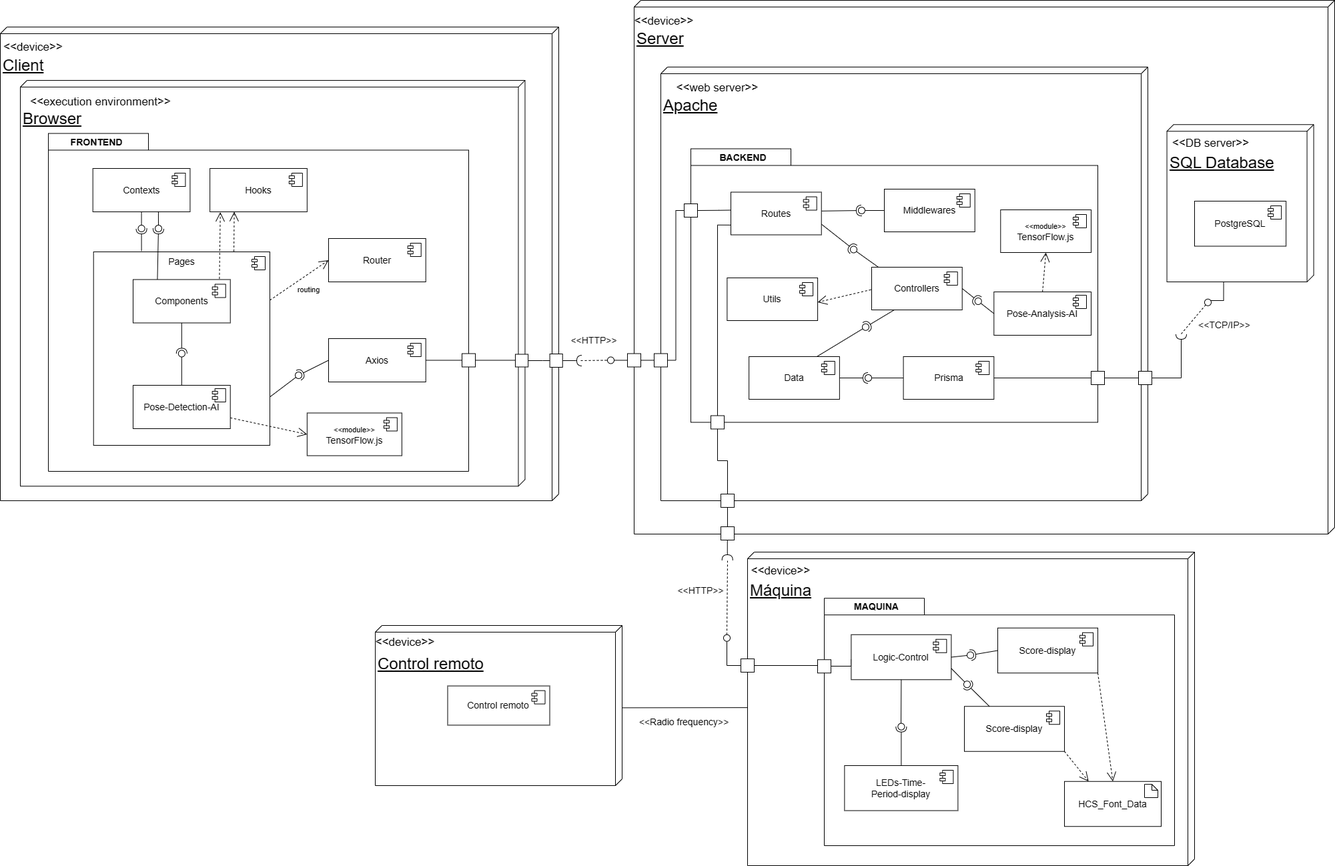
The draw.io diagram Design/UML/componentes_capstone_HCS.png in Diego-Hiriart/Capstone_Hiriart-Corales-Samaniego, before a commit. Source tidied: cells renumbered, new cells last; positions are measured from the earlier drawing's top-left corner, leaving out a move shared by most shapes.
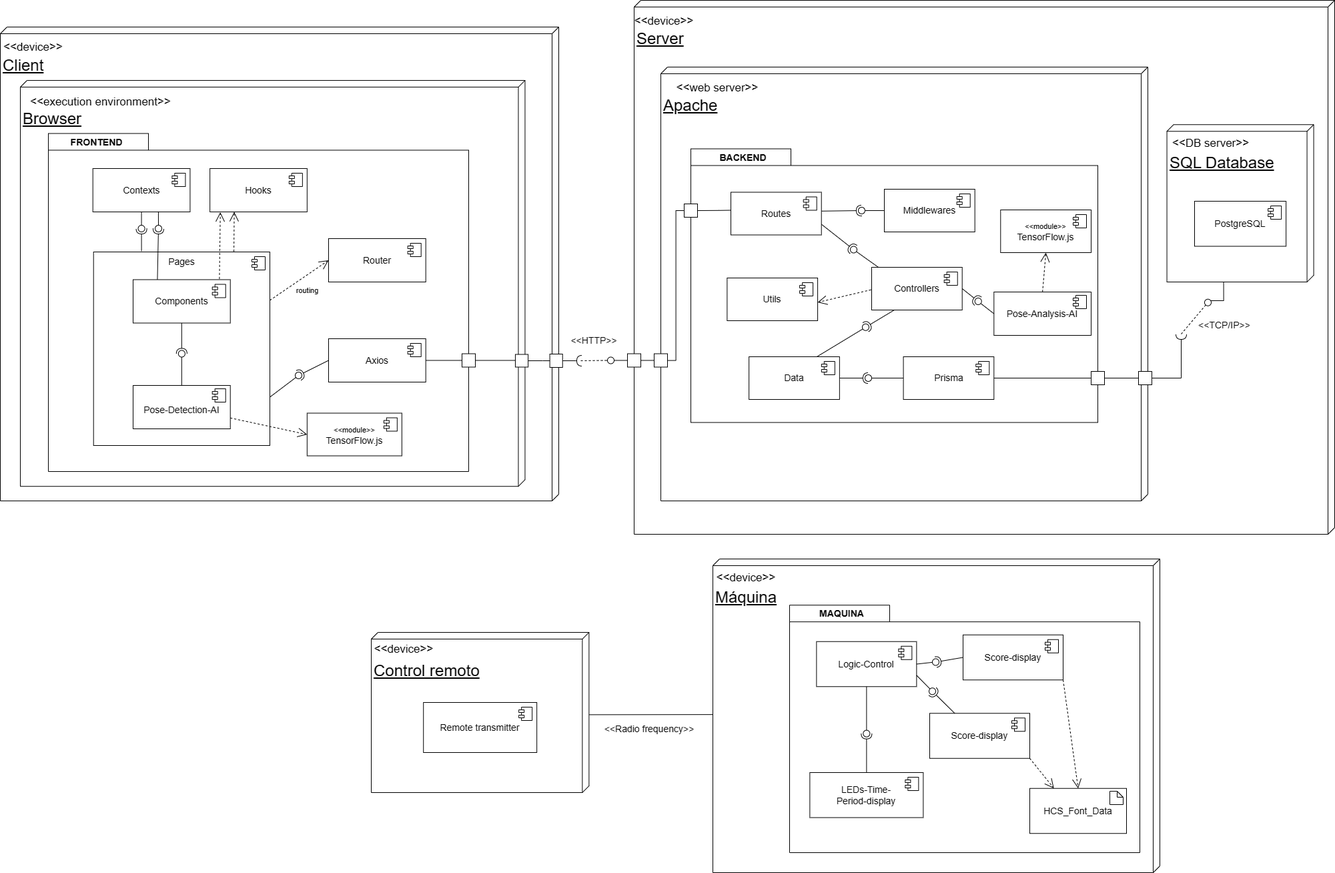
The same diagram one commit later.

Change to the diagram source:
```diff
@@ -29,10 +29,10 @@
       </mxGeometry>
     </mxCell>
     <mxCell id="9" value="&lt;br&gt;Máquina" style="verticalAlign=top;align=left;spacingTop=8;spacingLeft=2;spacingRight=12;shape=cube;size=10;direction=south;fontStyle=4;html=1;whiteSpace=wrap;fontSize=24;" parent="1" vertex="1">
-      <mxGeometry x="1120" y="827" width="670" height="470" as="geometry" />
+      <mxGeometry x="1068" y="837" width="670" height="470" as="geometry" />
     </mxCell>
     <mxCell id="10" style="shape=folder;fontStyle=1;spacingTop=10;tabWidth=150;tabHeight=25;tabPosition=left;html=1;whiteSpace=wrap;fontSize=14;" parent="1" vertex="1">
-      <mxGeometry x="1235" y="896.2" width="525" height="370.8" as="geometry" />
+      <mxGeometry x="1183" y="906.2" width="525" height="370.8" as="geometry" />
     </mxCell>
     <mxCell id="11" value="&lt;font style=&quot;font-size: 24px;&quot;&gt;&lt;br&gt;Server&lt;/font&gt;" style="verticalAlign=top;align=left;spacingTop=8;spacingLeft=2;spacingRight=12;shape=cube;size=10;direction=south;fontStyle=4;html=1;whiteSpace=wrap;fontSize=24;" parent="1" vertex="1">
       <mxGeometry x="950" width="1050" height="800" as="geometry" />
@@ -84,23 +84,20 @@
     <mxCell id="22" value="&amp;lt;&amp;lt;HTTP&amp;gt;&amp;gt;" style="text;html=1;strokeColor=none;fillColor=none;align=center;verticalAlign=middle;whiteSpace=wrap;rounded=0;fontSize=14;rotation=0;" parent="1" vertex="1">
       <mxGeometry x="860" y="494.5" width="60" height="30" as="geometry" />
     </mxCell>
-    <mxCell id="23" value="&amp;lt;&amp;lt;HTTP&amp;gt;&amp;gt;" style="text;html=1;strokeColor=none;fillColor=none;align=center;verticalAlign=middle;whiteSpace=wrap;rounded=0;fontSize=14;rotation=0;" parent="1" vertex="1">
-      <mxGeometry x="1020" y="869.6" width="60" height="30" as="geometry" />
-    </mxCell>
     <mxCell id="24" value="&amp;lt;&amp;lt;Radio frequency&amp;gt;&amp;gt;" style="text;html=1;strokeColor=none;fillColor=none;align=center;verticalAlign=middle;whiteSpace=wrap;rounded=0;fontSize=14;rotation=0;" parent="1" vertex="1">
-      <mxGeometry x="935" y="1067" width="180" height="30" as="geometry" />
+      <mxGeometry x="883" y="1077" width="180" height="30" as="geometry" />
     </mxCell>
     <mxCell id="25" style="group;" parent="1" vertex="1">
-      <mxGeometry x="562" y="937" width="390" height="240" as="geometry" />
+      <mxGeometry x="556" y="947" width="344" height="240" as="geometry" />
     </mxCell>
     <mxCell id="26" value="&lt;br&gt;Control remoto" style="verticalAlign=top;align=left;spacingTop=8;spacingLeft=2;spacingRight=12;shape=cube;size=10;direction=south;fontStyle=4;html=1;whiteSpace=wrap;fontSize=24;" parent="25" vertex="1">
-      <mxGeometry width="370" height="240" as="geometry" />
+      <mxGeometry width="326.4" height="240" as="geometry" />
     </mxCell>
     <mxCell id="27" value="&amp;lt;&amp;lt;device&amp;gt;&amp;gt;" style="text;html=1;strokeColor=none;fillColor=none;align=center;verticalAlign=middle;whiteSpace=wrap;rounded=0;fontSize=17;" parent="25" vertex="1">
-      <mxGeometry x="18" y="13.1" width="54" height="26.1" as="geometry" />
+      <mxGeometry x="25" y="13.1" width="47.6" height="26.1" as="geometry" />
     </mxCell>
-    <mxCell id="28" value="&lt;div&gt;Control remoto&lt;/div&gt;" style="html=1;whiteSpace=wrap;fontSize=14;" parent="25" vertex="1">
-      <mxGeometry x="108.5" y="90.6" width="153" height="58.8" as="geometry" />
+    <mxCell id="28" value="&lt;div&gt;Remote transmitter&lt;/div&gt;" style="html=1;whiteSpace=wrap;fontSize=14;" parent="25" vertex="1">
+      <mxGeometry x="78.2" y="105" width="169.9" height="75" as="geometry" />
     </mxCell>
     <mxCell id="29" style="shape=module;jettyWidth=8;jettyHeight=4;fontSize=14;" parent="28" vertex="1">
       <mxGeometry x="1" width="20" height="20" relative="1" as="geometry">
@@ -200,20 +197,11 @@
     <mxCell id="56" style="html=1;points=[];perimeter=orthogonalPerimeter;outlineConnect=0;targetShapes=umlLifeline;portConstraint=eastwest;newEdgeStyle={&quot;edgeStyle&quot;:&quot;elbowEdgeStyle&quot;,&quot;elbow&quot;:&quot;vertical&quot;,&quot;curved&quot;:0,&quot;rounded&quot;:0};" parent="1" vertex="1">
       <mxGeometry x="1706" y="556" width="20" height="20" as="geometry" />
     </mxCell>
-    <mxCell id="57" style="html=1;points=[];perimeter=orthogonalPerimeter;outlineConnect=0;targetShapes=umlLifeline;portConstraint=eastwest;newEdgeStyle={&quot;edgeStyle&quot;:&quot;elbowEdgeStyle&quot;,&quot;elbow&quot;:&quot;vertical&quot;,&quot;curved&quot;:0,&quot;rounded&quot;:0};" parent="1" vertex="1">
-      <mxGeometry x="1080" y="740" width="20" height="20" as="geometry" />
-    </mxCell>
-    <mxCell id="58" style="html=1;points=[];perimeter=orthogonalPerimeter;outlineConnect=0;targetShapes=umlLifeline;portConstraint=eastwest;newEdgeStyle={&quot;edgeStyle&quot;:&quot;elbowEdgeStyle&quot;,&quot;elbow&quot;:&quot;vertical&quot;,&quot;curved&quot;:0,&quot;rounded&quot;:0};" parent="1" vertex="1">
-      <mxGeometry x="1080" y="789" width="20" height="20" as="geometry" />
-    </mxCell>
-    <mxCell id="59" style="html=1;points=[];perimeter=orthogonalPerimeter;outlineConnect=0;targetShapes=umlLifeline;portConstraint=eastwest;newEdgeStyle={&quot;edgeStyle&quot;:&quot;elbowEdgeStyle&quot;,&quot;elbow&quot;:&quot;vertical&quot;,&quot;curved&quot;:0,&quot;rounded&quot;:0};" parent="1" vertex="1">
-      <mxGeometry x="1110" y="987" width="20" height="20" as="geometry" />
-    </mxCell>
     <mxCell id="60" value="MAQUINA" style="text;align=center;fontStyle=1;verticalAlign=middle;spacingLeft=3;spacingRight=3;strokeColor=none;html=1;fontSize=14;" parent="1" vertex="1">
-      <mxGeometry x="1262.9" y="896.2" width="101" height="26.2" as="geometry" />
+      <mxGeometry x="1210.9" y="906.2" width="101" height="26.2" as="geometry" />
     </mxCell>
     <mxCell id="61" value="&lt;div&gt;LEDs-Time-&lt;/div&gt;&lt;div&gt;Period-display&lt;/div&gt;" style="html=1;whiteSpace=wrap;fontSize=14;" parent="1" vertex="1">
-      <mxGeometry x="1265.4" y="1147" width="170" height="67.5" as="geometry" />
+      <mxGeometry x="1213.4" y="1157" width="170" height="67.5" as="geometry" />
     </mxCell>
     <mxCell id="62" style="shape=module;jettyWidth=8;jettyHeight=4;fontSize=14;" parent="61" vertex="1">
       <mxGeometry x="1" width="20" height="20" relative="1" as="geometry">
@@ -221,18 +209,10 @@
       </mxGeometry>
     </mxCell>
     <mxCell id="63" value="HCS_Font_Data" style="html=1;whiteSpace=wrap;fontSize=14;" parent="1" vertex="1">
-      <mxGeometry x="1595" y="1170.8" width="145" height="67.5" as="geometry" />
+      <mxGeometry x="1543" y="1180.8" width="145" height="67.5" as="geometry" />
     </mxCell>
-    <mxCell id="64" style="edgeStyle=orthogonalEdgeStyle;rounded=0;jettySize=auto;html=1;endArrow=none;endFill=0;" parent="1" edge="1" target="84">
-      <mxGeometry relative="1" as="geometry">
-        <mxPoint x="1275.4" y="987.5" as="sourcePoint" />
-        <Array as="points">
-          <mxPoint x="1275" y="998" />
-        </Array>
-      </mxGeometry>
-    </mxCell>
     <mxCell id="65" value="Logic-Control" style="html=1;whiteSpace=wrap;fontSize=14;" parent="1" vertex="1">
-      <mxGeometry x="1275.4" y="950.8" width="150" height="67.5" as="geometry" />
+      <mxGeometry x="1223.4" y="960.8" width="150" height="67.5" as="geometry" />
     </mxCell>
     <mxCell id="66" style="shape=module;jettyWidth=8;jettyHeight=4;fontSize=14;" parent="65" vertex="1">
       <mxGeometry x="1" width="20" height="20" relative="1" as="geometry">
@@ -240,7 +220,7 @@
       </mxGeometry>
     </mxCell>
     <mxCell id="67" value="Score-display" style="html=1;whiteSpace=wrap;fontSize=14;" parent="1" vertex="1">
-      <mxGeometry x="1445" y="1058.2" width="150" height="67.5" as="geometry" />
+      <mxGeometry x="1393" y="1068.2" width="150" height="67.5" as="geometry" />
     </mxCell>
     <mxCell id="68" style="shape=module;jettyWidth=8;jettyHeight=4;fontSize=14;" parent="67" vertex="1">
       <mxGeometry x="1" width="20" height="20" relative="1" as="geometry">
@@ -248,7 +228,7 @@
       </mxGeometry>
     </mxCell>
     <mxCell id="69" value="Score-display" style="html=1;whiteSpace=wrap;fontSize=14;" parent="1" vertex="1">
-      <mxGeometry x="1495" y="940.8" width="150" height="67.5" as="geometry" />
+      <mxGeometry x="1443" y="950.8" width="150" height="67.5" as="geometry" />
     </mxCell>
     <mxCell id="70" style="shape=module;jettyWidth=8;jettyHeight=4;fontSize=14;" parent="69" vertex="1">
       <mxGeometry x="1" width="20" height="20" relative="1" as="geometry">
@@ -262,10 +242,10 @@
       <mxGeometry relative="1" as="geometry" />
     </mxCell>
     <mxCell id="73" style="ellipse;whiteSpace=wrap;html=1;align=center;points=[];outlineConnect=0;sketch=0;" parent="1" vertex="1">
-      <mxGeometry x="1449" y="976.5" width="10" height="10" as="geometry" />
+      <mxGeometry x="1397" y="986.5" width="10" height="10" as="geometry" />
     </mxCell>
     <mxCell id="74" style="ellipse;whiteSpace=wrap;html=1;align=center;points=[];outlineConnect=0;sketch=0;" parent="1" vertex="1">
-      <mxGeometry x="1444" y="1020.2" width="10" height="10" as="geometry" />
+      <mxGeometry x="1392" y="1030.2" width="10" height="10" as="geometry" />
     </mxCell>
     <mxCell id="75" style="rounded=0;jettySize=auto;html=1;endArrow=none;endFill=0;sketch=0;sourcePerimeterSpacing=0;targetPerimeterSpacing=0;exitX=1;exitY=0.75;exitDx=0;exitDy=0;" parent="1" edge="1" source="65" target="74">
       <mxGeometry relative="1" as="geometry" />
@@ -274,7 +254,7 @@
       <mxGeometry relative="1" as="geometry" />
     </mxCell>
     <mxCell id="77" style="ellipse;whiteSpace=wrap;html=1;align=center;points=[];outlineConnect=0;sketch=0;" parent="1" vertex="1">
-      <mxGeometry x="1345.4" y="1083.6" width="10" height="10" as="geometry" />
+      <mxGeometry x="1293.4" y="1093.6" width="10" height="10" as="geometry" />
     </mxCell>
     <mxCell id="78" style="rounded=0;jettySize=auto;html=1;endArrow=none;endFill=0;sketch=0;sourcePerimeterSpacing=0;targetPerimeterSpacing=0;exitX=0.5;exitY=1;exitDx=0;exitDy=0;" parent="1" edge="1" source="65" target="77">
       <mxGeometry relative="1" as="geometry" />
@@ -286,48 +266,14 @@
       <mxGeometry relative="1" as="geometry" />
     </mxCell>
     <mxCell id="81" style="shape=note;whiteSpace=wrap;html=1;backgroundOutline=1;darkOpacity=0.05;size=9;" parent="1" vertex="1">
-      <mxGeometry x="1715" y="1175" width="20" height="20" as="geometry" />
+      <mxGeometry x="1663" y="1185" width="20" height="20" as="geometry" />
     </mxCell>
     <mxCell id="82" style="endArrow=open;dashed=1;endFill=0;endSize=12;html=1;rounded=0;entryX=0.25;entryY=0;entryDx=0;entryDy=0;exitX=1;exitY=1;exitDx=0;exitDy=0;" parent="1" edge="1" source="67" target="63">
       <mxGeometry relative="1" as="geometry" />
     </mxCell>
     <mxCell id="83" value="&amp;lt;&amp;lt;device&amp;gt;&amp;gt;" style="text;html=1;strokeColor=none;fillColor=none;align=center;verticalAlign=middle;whiteSpace=wrap;rounded=0;fontSize=17;" parent="1" vertex="1">
-      <mxGeometry x="1140" y="843" width="60" height="26.6" as="geometry" />
+      <mxGeometry x="1088" y="853" width="60" height="26.6" as="geometry" />
     </mxCell>
-    <mxCell id="84" style="html=1;points=[];perimeter=orthogonalPerimeter;outlineConnect=0;targetShapes=umlLifeline;portConstraint=eastwest;newEdgeStyle={&quot;edgeStyle&quot;:&quot;elbowEdgeStyle&quot;,&quot;elbow&quot;:&quot;vertical&quot;,&quot;curved&quot;:0,&quot;rounded&quot;:0};" parent="1" vertex="1">
-      <mxGeometry x="1225" y="988.3" width="20" height="20" as="geometry" />
-    </mxCell>
-    <mxCell id="85" style="endArrow=none;html=1;rounded=0;edgeStyle=orthogonalEdgeStyle;" parent="1" edge="1" source="57" target="110">
-      <mxGeometry relative="1" as="geometry">
-        <Array as="points">
-          <mxPoint x="1090" y="690" />
-          <mxPoint x="1075" y="690" />
-        </Array>
-      </mxGeometry>
-    </mxCell>
-    <mxCell id="86" style="endArrow=none;html=1;rounded=0;" parent="1" edge="1" source="58" target="57">
-      <mxGeometry relative="1" as="geometry" />
-    </mxCell>
-    <mxCell id="87" style="endArrow=none;html=1;rounded=0;" parent="1" edge="1" source="59" target="84">
-      <mxGeometry relative="1" as="geometry" />
-    </mxCell>
-    <mxCell id="88" style="rounded=0;jettySize=auto;html=1;endArrow=none;endFill=0;sketch=0;sourcePerimeterSpacing=0;targetPerimeterSpacing=0;edgeStyle=orthogonalEdgeStyle;" parent="1" edge="1" source="59" target="90">
-      <mxGeometry relative="1" as="geometry" />
-    </mxCell>
-    <mxCell id="89" style="rounded=0;orthogonalLoop=1;jettySize=auto;html=1;endArrow=halfCircle;endFill=0;endSize=6;strokeWidth=1;sketch=0;edgeStyle=orthogonalEdgeStyle;" parent="1" edge="1">
-      <mxGeometry relative="1" as="geometry">
-        <mxPoint x="1089.8" y="809" as="sourcePoint" />
-        <mxPoint x="1089.8" y="839" as="targetPoint" />
-      </mxGeometry>
-    </mxCell>
-    <mxCell id="90" style="ellipse;whiteSpace=wrap;html=1;align=center;points=[];outlineConnect=0;sketch=0;" parent="1" vertex="1">
-      <mxGeometry x="1084" y="950.8" width="10" height="10" as="geometry" />
-    </mxCell>
-    <mxCell id="91" style="endArrow=none;dashed=1;html=1;strokeWidth=1;rounded=0;" parent="1" edge="1" source="90">
-      <mxGeometry relative="1" as="geometry">
-        <mxPoint x="1090" y="840" as="targetPoint" />
-      </mxGeometry>
-    </mxCell>
     <mxCell id="92" style="endArrow=none;dashed=1;html=1;strokeWidth=1;rounded=0;" parent="1" edge="1" target="20">
       <mxGeometry relative="1" as="geometry">
         <mxPoint x="1770" y="500" as="sourcePoint" />
@@ -384,18 +330,6 @@
     <mxCell id="108" style="ellipse;whiteSpace=wrap;html=1;align=center;points=[];outlineConnect=0;sketch=0;" parent="1" vertex="1">
       <mxGeometry x="1296" y="561" width="10" height="10" as="geometry" />
     </mxCell>
-    <mxCell id="109" style="edgeStyle=orthogonalEdgeStyle;rounded=0;orthogonalLoop=1;jettySize=auto;html=1;exitX=0.074;exitY=0.897;exitDx=0;exitDy=0;exitPerimeter=0;endArrow=none;endFill=0;" parent="1" edge="1">
-      <mxGeometry relative="1" as="geometry">
-        <mxPoint x="1107.7" y="336.8" as="sourcePoint" />
-        <mxPoint x="1075" y="622.5" as="targetPoint" />
-        <Array as="points">
-          <mxPoint x="1075" y="336.5" />
-        </Array>
-      </mxGeometry>
-    </mxCell>
-    <mxCell id="110" style="html=1;points=[];perimeter=orthogonalPerimeter;outlineConnect=0;targetShapes=umlLifeline;portConstraint=eastwest;newEdgeStyle={&quot;edgeStyle&quot;:&quot;elbowEdgeStyle&quot;,&quot;elbow&quot;:&quot;vertical&quot;,&quot;curved&quot;:0,&quot;rounded&quot;:0};" parent="1" vertex="1">
-      <mxGeometry x="1065" y="622.5" width="20" height="20" as="geometry" />
-    </mxCell>
     <mxCell id="111" style="html=1;points=[];perimeter=orthogonalPerimeter;outlineConnect=0;targetShapes=umlLifeline;portConstraint=eastwest;newEdgeStyle={&quot;edgeStyle&quot;:&quot;elbowEdgeStyle&quot;,&quot;elbow&quot;:&quot;vertical&quot;,&quot;curved&quot;:0,&quot;rounded&quot;:0};" parent="1" vertex="1">
       <mxGeometry x="1025" y="305" width="20" height="20" as="geometry" />
     </mxCell>
@@ -479,7 +413,7 @@
         <mxPoint x="-27" y="7" as="offset" />
       </mxGeometry>
     </mxCell>
-    <mxCell id="131" value="Pose-Detection-AI" style="html=1;whiteSpace=wrap;fontSize=14;" parent="1" vertex="1">
+    <mxCell id="131" value="Pose-Detection-AI" style="html=1;whiteSpace=wrap;fontSize=14;spacingTop=8;" parent="1" vertex="1">
       <mxGeometry x="199" y="577" width="145.7" height="65" as="geometry" />
     </mxCell>
     <mxCell id="132" style="shape=module;jettyWidth=8;jettyHeight=4;fontSize=14;" parent="131" vertex="1">
```
